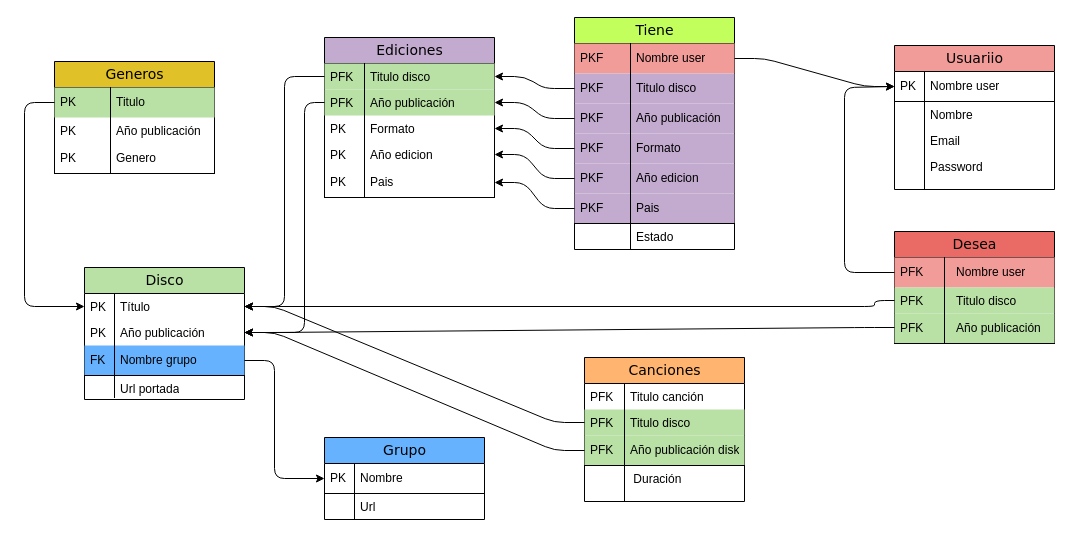
Before: Diagrama/Diagrama modelo relacional.drawio in aferamb/Database-music-wok, a draw.io diagram. Source tidied: cells renumbered, new cells numbered last; positions are measured from the earlier drawing's top-left corner, leaving out a move shared by most shapes. Both pictures are drawn from the tidied source at 100%, with x=0, y=0 at pixel (24, 17).
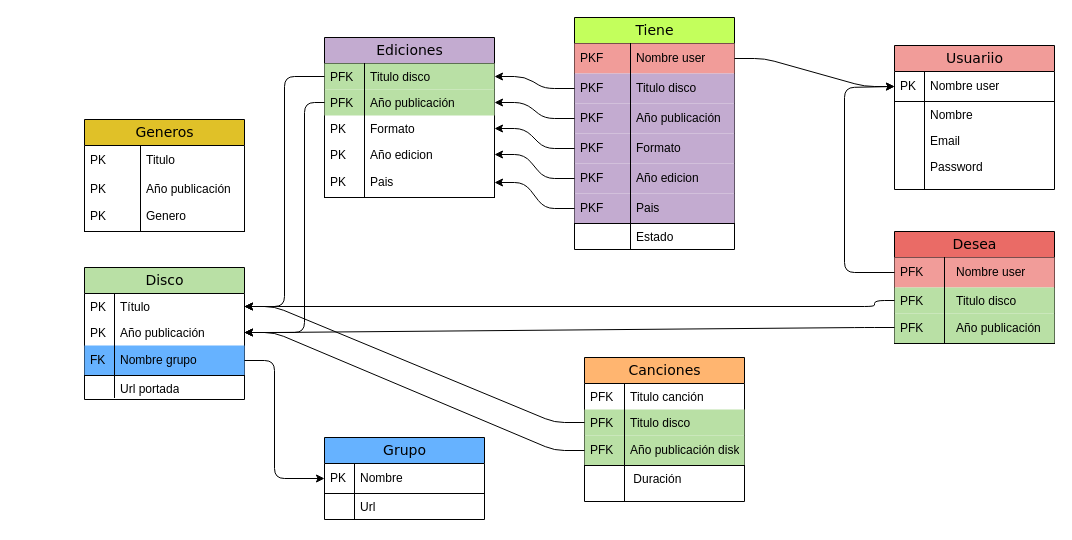
Above is the later version.

Commit message:
diagrama actualizado

Unchanged cells that the change refers to:
```xml
<mxCell id="73" value="Título&amp;nbsp;" style="shape=partialRectangle;top=0;left=0;right=0;bottom=0;html=1;align=left;verticalAlign=top;fillColor=none;spacingLeft=34;spacingRight=4;whiteSpace=wrap;overflow=hidden;points=[[0,0.5],[1,0.5]];portConstraint=eastwest;fontStyle=0;" parent="72" vertex="1">
  <mxGeometry y="26" width="160" height="26" as="geometry" />
</mxCell>
```

Change to the diagram source:
```diff
@@
     <mxCell id="47" value="Generos" style="swimlane;html=1;fontStyle=0;horizontal=1;startSize=26;fillColor=#E0C128;swimlaneFillColor=#ffffff;align=center;rounded=0;shadow=0;comic=0;labelBackgroundColor=none;strokeWidth=1;fontFamily=Verdana;fontSize=14;" parent="1" vertex="1">
-      <mxGeometry x="30" y="44" width="160" height="112" as="geometry" />
+      <mxGeometry x="60" y="102" width="160" height="112" as="geometry" />
     </mxCell>
-    <mxCell id="48" value="Titulo" style="shape=partialRectangle;top=0;left=0;right=0;bottom=0;html=1;align=left;verticalAlign=middle;fillColor=#B9E0A5;spacingLeft=60;spacingRight=4;whiteSpace=wrap;overflow=hidden;points=[[0,0.5],[1,0.5]];portConstraint=eastwest;fontStyle=0;" parent="47" vertex="1">
+    <mxCell id="48" value="Titulo" style="shape=partialRectangle;top=0;left=0;right=0;bottom=0;html=1;align=left;verticalAlign=middle;fillColor=none;spacingLeft=60;spacingRight=4;whiteSpace=wrap;overflow=hidden;points=[[0,0.5],[1,0.5]];portConstraint=eastwest;fontStyle=0;" parent="47" vertex="1">
       <mxGeometry y="26" width="160" height="30" as="geometry" />
     </mxCell>
@@
-    <mxCell id="84" style="edgeStyle=orthogonalEdgeStyle;html=1;endArrow=none;endFill=0;labelBackgroundColor=none;fontFamily=Verdana;fontSize=14;entryX=0;entryY=0.5;exitX=0;exitY=0.5;entryDx=0;entryDy=0;exitDx=0;exitDy=0;startArrow=classic;startFill=1;" parent="1" edge="1" source="73" target="48">
-      <mxGeometry relative="1" as="geometry">
-        <Array as="points">
-          <mxPoint y="289" />
-          <mxPoint y="85" />
-        </Array>
-      </mxGeometry>
-    </mxCell>
```
